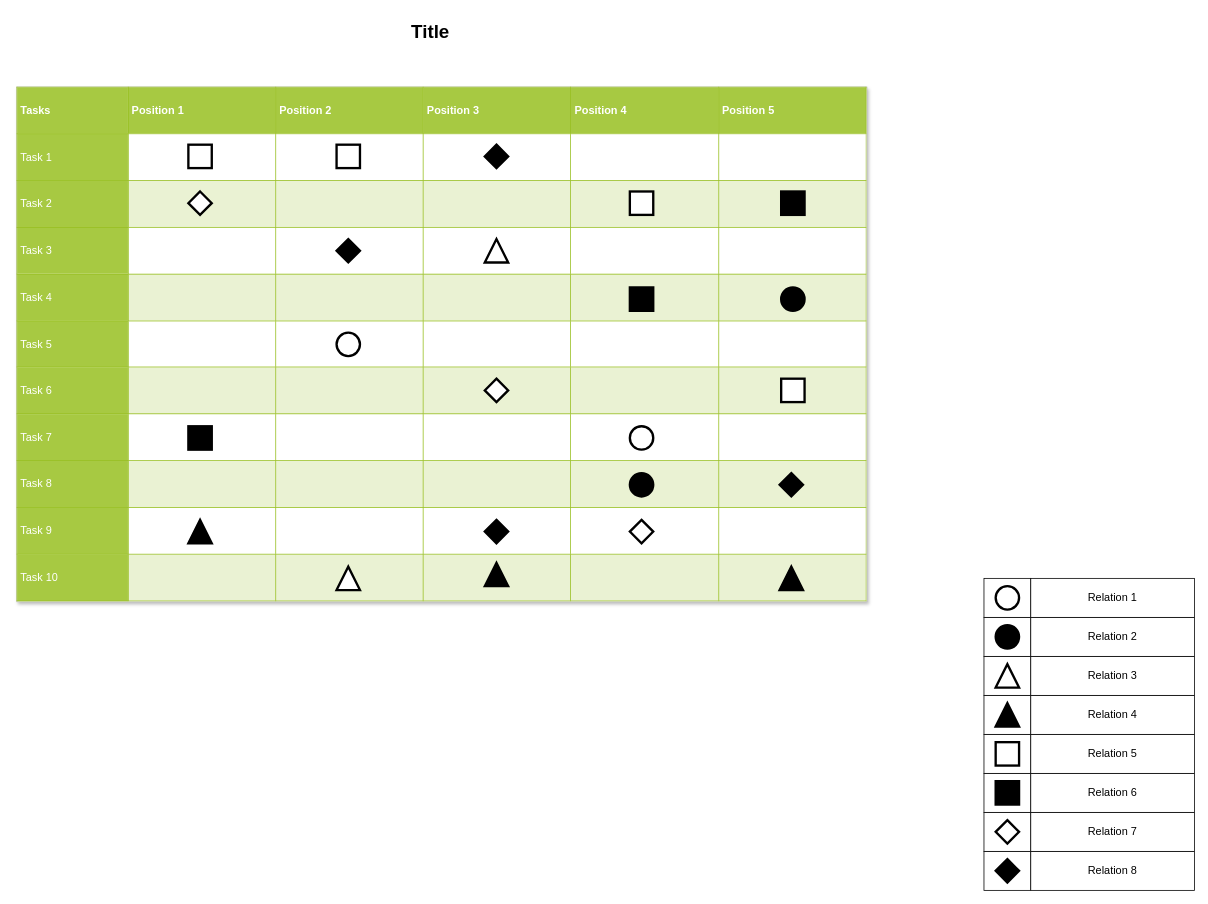
The draw.io diagram 图库/未命名绘图.drawio in chenjiezi/static, before the edit. Source tidied: cells renumbered, new cells numbered last; positions are measured from the earlier drawing's top-left corner, leaving out a move shared by most shapes. Both pictures are drawn from the tidied source at 78%, with x=0, y=0 at pixel (16, 16).
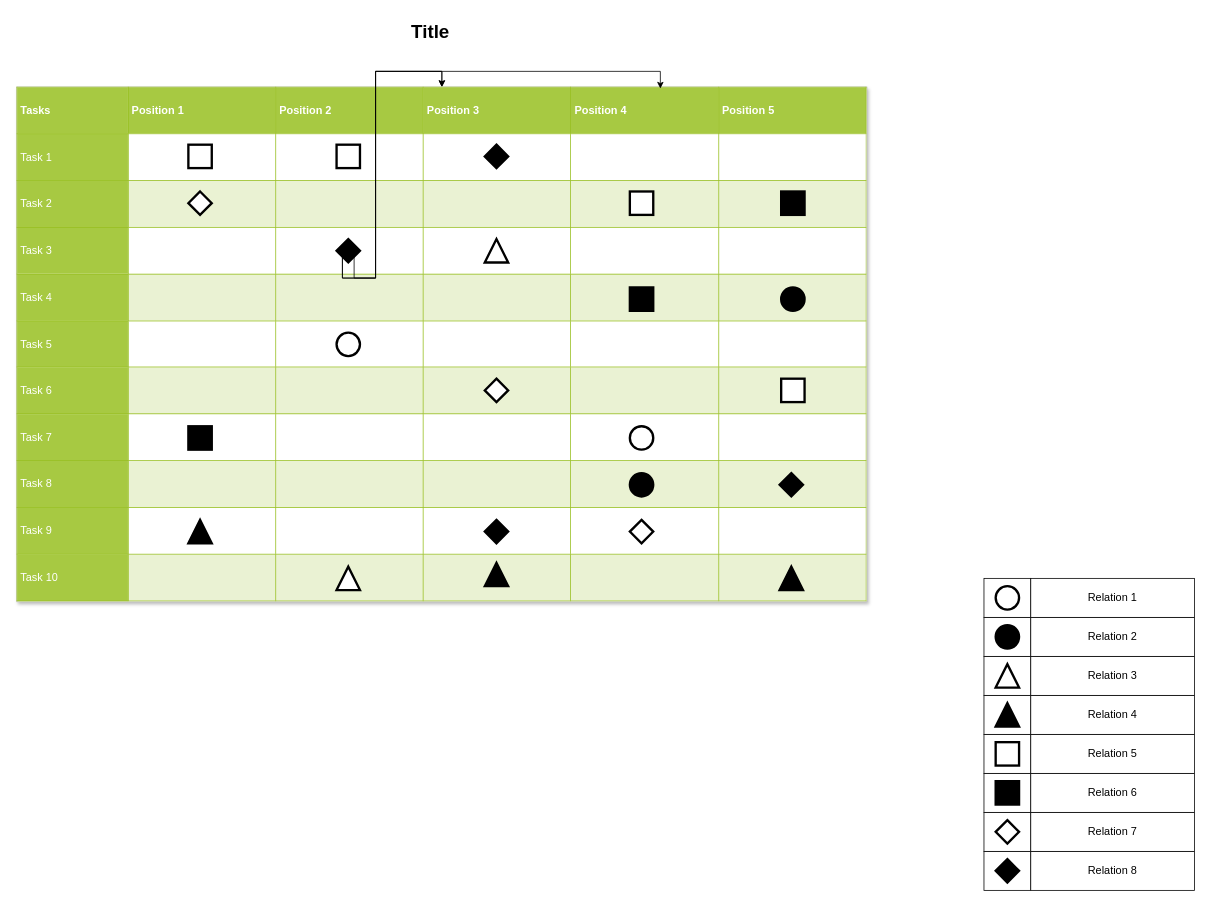
Above is the later version.

Commit message:
更新未命名绘图.drawio

Unchanged cells that the change refers to:
```xml
<mxCell id="19" value="&lt;table border=&quot;1&quot; width=&quot;100%&quot; cellpadding=&quot;4&quot; style=&quot;width: 100% ; height: 100% ; border-collapse: collapse&quot;&gt;&lt;tbody&gt;&lt;tr style=&quot;background-color: #a7c942 ; color: #ffffff ; border: 1px solid #98bf21&quot;&gt;&lt;th&gt;Tasks&lt;/th&gt;&lt;th&gt;Position 1&lt;/th&gt;&lt;th&gt;Position 2&lt;/th&gt;&lt;th&gt;Position 3&lt;/th&gt;&lt;th&gt;Position 4&lt;/th&gt;&lt;th&gt;Position 5&lt;/th&gt;&lt;/tr&gt;&lt;tr style=&quot;border: 1px solid #98bf21&quot;&gt;&lt;td style=&quot;background-color: #a7c942 ; color: #ffffff ; border: 1px solid #98bf21&quot;&gt;Task 1&lt;/td&gt;&lt;td&gt;&lt;/td&gt;&lt;td&gt;&lt;/td&gt;&lt;td&gt;&lt;br&gt;&lt;/td&gt;&lt;td&gt;&lt;br&gt;&lt;/td&gt;&lt;td&gt;&lt;br&gt;&lt;/td&gt;&lt;/tr&gt;&lt;tr style=&quot;background-color: #eaf2d3 ; border: 1px solid #98bf21&quot;&gt;&lt;td style=&quot;background-color: #a7c942 ; color: #ffffff ; border: 1px solid #98bf21&quot;&gt;Task 2&lt;/td&gt;&lt;td&gt;&lt;/td&gt;&lt;td&gt;&lt;/td&gt;&lt;td&gt;&lt;br&gt;&lt;/td&gt;&lt;td&gt;&lt;br&gt;&lt;/td&gt;&lt;td&gt;&lt;br&gt;&lt;/td&gt;&lt;/tr&gt;&lt;tr style=&quot;border: 1px solid #98bf21&quot;&gt;&lt;td style=&quot;background-color: #a7c942 ; color: #ffffff ; border: 1px solid #98bf21&quot;&gt;Task 3&lt;/td&gt;&lt;td&gt;&lt;/td&gt;&lt;td&gt;&lt;/td&gt;&lt;td&gt;&lt;br&gt;&lt;/td&gt;&lt;td&gt;&lt;br&gt;&lt;/td&gt;&lt;td&gt;&lt;br&gt;&lt;/td&gt;&lt;/tr&gt;&lt;tr style=&quot;background-color: #eaf2d3 ; border: 1px solid #98bf21&quot;&gt;&lt;td style=&quot;background-color: #a7c942 ; color: #ffffff ; border: 1px solid #98bf21&quot;&gt;Task 4&lt;/td&gt;&lt;td&gt;&lt;/td&gt;&lt;td&gt;&lt;/td&gt;&lt;td&gt;&lt;br&gt;&lt;/td&gt;&lt;td&gt;&lt;br&gt;&lt;/td&gt;&lt;td&gt;&lt;br&gt;&lt;/td&gt;&lt;/tr&gt;&lt;tr style=&quot;border: 1px solid #98bf21&quot;&gt;&lt;td style=&quot;background-color: #a7c942 ; color: #ffffff ; border: 1px solid #98bf21&quot;&gt;Task 5&lt;br&gt;&lt;/td&gt;&lt;td&gt;&lt;br&gt;&lt;/td&gt;&lt;td&gt;&lt;br&gt;&lt;/td&gt;&lt;td&gt;&lt;br&gt;&lt;/td&gt;&lt;td&gt;&lt;br&gt;&lt;/td&gt;&lt;td&gt;&lt;br&gt;&lt;/td&gt;&lt;/tr&gt;&lt;tr style=&quot;background-color: #eaf2d3 ; border: 1px solid #98bf21&quot;&gt;&lt;td style=&quot;background-color: #a7c942 ; color: #ffffff ; border: 1px solid #98bf21&quot;&gt;Task 6&lt;br&gt;&lt;/td&gt;&lt;td&gt;&lt;br&gt;&lt;/td&gt;&lt;td&gt;&lt;br&gt;&lt;/td&gt;&lt;td&gt;&lt;br&gt;&lt;/td&gt;&lt;td&gt;&lt;br&gt;&lt;/td&gt;&lt;td&gt;&lt;br&gt;&lt;/td&gt;&lt;/tr&gt;&lt;tr style=&quot;border: 1px solid #98bf21&quot;&gt;&lt;td style=&quot;background-color: #a7c942 ; color: #ffffff ; border: 1px solid #98bf21&quot;&gt;Task 7&lt;br&gt;&lt;/td&gt;&lt;td&gt;&lt;br&gt;&lt;/td&gt;&lt;td&gt;&lt;br&gt;&lt;/td&gt;&lt;td&gt;&lt;br&gt;&lt;/td&gt;&lt;td&gt;&lt;br&gt;&lt;/td&gt;&lt;td&gt;&lt;br&gt;&lt;/td&gt;&lt;/tr&gt;&lt;tr style=&quot;background-color: #eaf2d3 ; border: 1px solid #98bf21&quot;&gt;&lt;td style=&quot;background-color: #a7c942 ; color: #ffffff ; border: 1px solid #98bf21&quot;&gt;Task 8&lt;br&gt;&lt;/td&gt;&lt;td&gt;&lt;br&gt;&lt;/td&gt;&lt;td&gt;&lt;br&gt;&lt;/td&gt;&lt;td&gt;&lt;br&gt;&lt;/td&gt;&lt;td&gt;&lt;br&gt;&lt;/td&gt;&lt;td&gt;&lt;br&gt;&lt;/td&gt;&lt;/tr&gt;&lt;tr style=&quot;border: 1px solid #98bf21&quot;&gt;&lt;td style=&quot;background-color: #a7c942 ; color: #ffffff ; border: 1px solid #98bf21&quot;&gt;Task 9&lt;br&gt;&lt;/td&gt;&lt;td&gt;&lt;br&gt;&lt;/td&gt;&lt;td&gt;&lt;br&gt;&lt;/td&gt;&lt;td&gt;&lt;br&gt;&lt;/td&gt;&lt;td&gt;&lt;br&gt;&lt;/td&gt;&lt;td&gt;&lt;br&gt;&lt;/td&gt;&lt;/tr&gt;&lt;tr style=&quot;background-color: #eaf2d3 ; border: 1px solid #98bf21&quot;&gt;&lt;td style=&quot;background-color: #a7c942 ; color: #ffffff ; border: 1px solid #98bf21&quot;&gt;Task 10&lt;br&gt;&lt;/td&gt;&lt;td&gt;&lt;br&gt;&lt;/td&gt;&lt;td&gt;&lt;br&gt;&lt;/td&gt;&lt;td&gt;&lt;br&gt;&lt;/td&gt;&lt;td&gt;&lt;br&gt;&lt;/td&gt;&lt;td&gt;&lt;br&gt;&lt;/td&gt;&lt;/tr&gt;&lt;/tbody&gt;&lt;/table&gt;" style="text;html=1;strokeColor=#c0c0c0;fillColor=#ffffff;overflow=fill;rounded=0;shadow=1;fontSize=14;fontColor=#000000;" parent="1" vertex="1">
  <mxGeometry y="90" width="1090" height="660" as="geometry" />
</mxCell>
<mxCell id="48" style="rhombus;whiteSpace=wrap;html=1;rounded=0;shadow=0;strokeWidth=3;fillColor=#000000;fontSize=14;" parent="1" vertex="1">
  <mxGeometry x="410" y="285" width="30" height="30" as="geometry" />
</mxCell>
```

Diff of the diagram source:
```diff
@@
+    <mxCell id="51" style="edgeStyle=orthogonalEdgeStyle;rounded=0;jettySize=auto;html=1;exitX=1;exitY=1;exitDx=0;exitDy=0;" parent="1" edge="1" source="48" target="19">
+      <mxGeometry relative="1" as="geometry" />
+    </mxCell>
+    <mxCell id="52" style="edgeStyle=orthogonalEdgeStyle;rounded=0;jettySize=auto;html=1;exitX=0;exitY=0;exitDx=0;exitDy=0;entryX=0.757;entryY=0.003;entryDx=0;entryDy=0;entryPerimeter=0;" parent="1" edge="1" source="48" target="19">
+      <mxGeometry relative="1" as="geometry" />
+    </mxCell>
+    <mxCell id="53" style="edgeStyle=orthogonalEdgeStyle;rounded=0;jettySize=auto;html=1;exitX=0;exitY=1;exitDx=0;exitDy=0;" parent="1" edge="1" source="48" target="19">
+      <mxGeometry relative="1" as="geometry" />
+    </mxCell>
```
